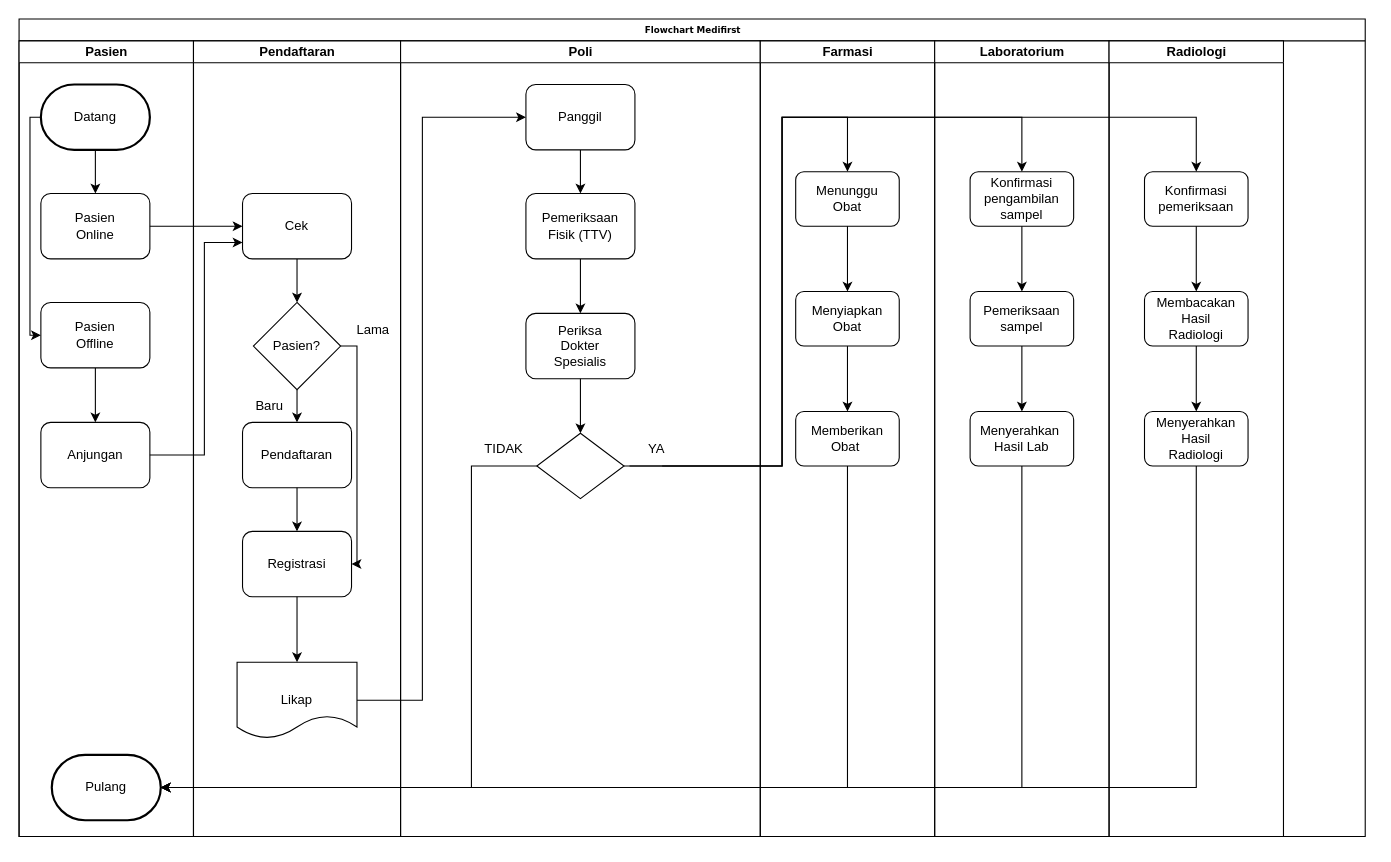
Above: Flowchart RSUD dr Soedomo.drawio in Arfnvaaa/Arfnvaaa (draw.io), before the change. Source tidied: cells renumbered, new cells numbered last; positions are measured from the earlier drawing's top-left corner, leaving out a move shared by most shapes. Both pictures are drawn from the tidied source at 109%, with x=0, y=0 at pixel (19, 19).
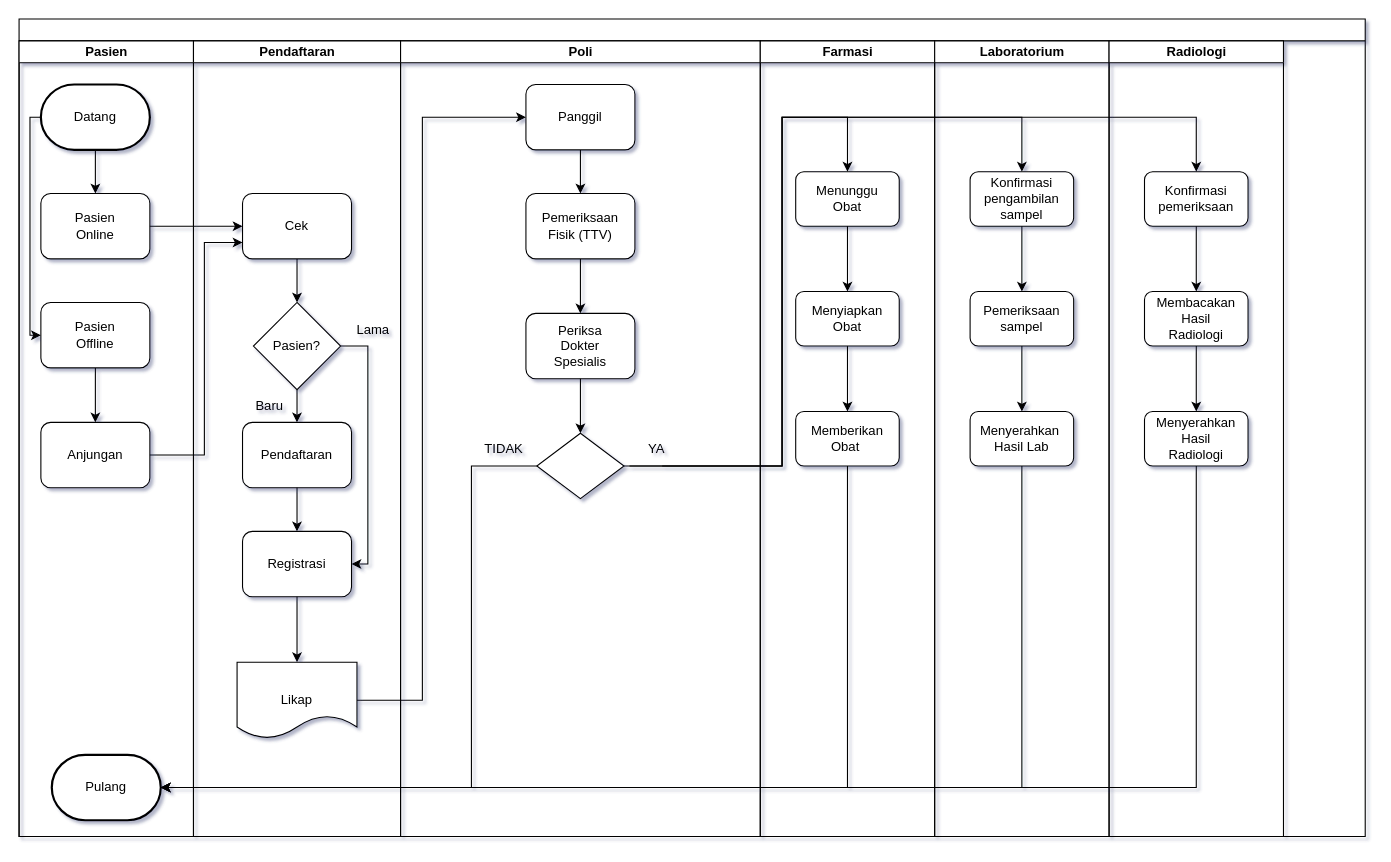
After the change.

The change refers to these unchanged cells:
```xml
<mxCell id="20" value="Pendaftaran" style="swimlane;html=1;startSize=20;" parent="2" vertex="1">
  <mxGeometry x="160" y="20" width="190" height="730" as="geometry" />
</mxCell>
<mxCell id="23" style="rhombus;whiteSpace=wrap;html=1;" parent="20" vertex="1">
  <mxGeometry x="55" y="240" width="80" height="80" as="geometry" />
</mxCell>
<mxCell id="25" style="rounded=1;whiteSpace=wrap;html=1;" parent="20" vertex="1">
  <mxGeometry x="45" y="450" width="100" height="60" as="geometry" />
</mxCell>
```

Change to the diagram source:
```diff
@@
-<mxGraphModel>
+<mxGraphModel shadow="1">
@@
-    <mxCell id="2" value="Flowchart Medifirst" style="swimlane;html=1;startSize=20;rounded=0;shadow=0;labelBackgroundColor=none;strokeWidth=1;fontFamily=Verdana;fontSize=8;align=center;" parent="1" vertex="1">
+    <mxCell id="2" style="swimlane;html=1;startSize=20;rounded=0;shadow=0;labelBackgroundColor=none;strokeWidth=1;fontFamily=Verdana;fontSize=8;align=center;" parent="1" vertex="1">
       <mxGeometry width="1235" height="750" as="geometry" />
     </mxCell>
@@
     <mxCell id="30" style="endArrow=classic;html=1;rounded=0;exitX=1;exitY=0.5;exitDx=0;exitDy=0;entryX=1;entryY=0.5;entryDx=0;entryDy=0;" parent="20" edge="1" source="23" target="25">
       <mxGeometry relative="1" as="geometry">
         <Array as="points">
-          <mxPoint x="150" y="280" />
-          <mxPoint x="150" y="480" />
+          <mxPoint x="160" y="280" />
+          <mxPoint x="160" y="480" />
         </Array>
       </mxGeometry>
     </mxCell>
```
